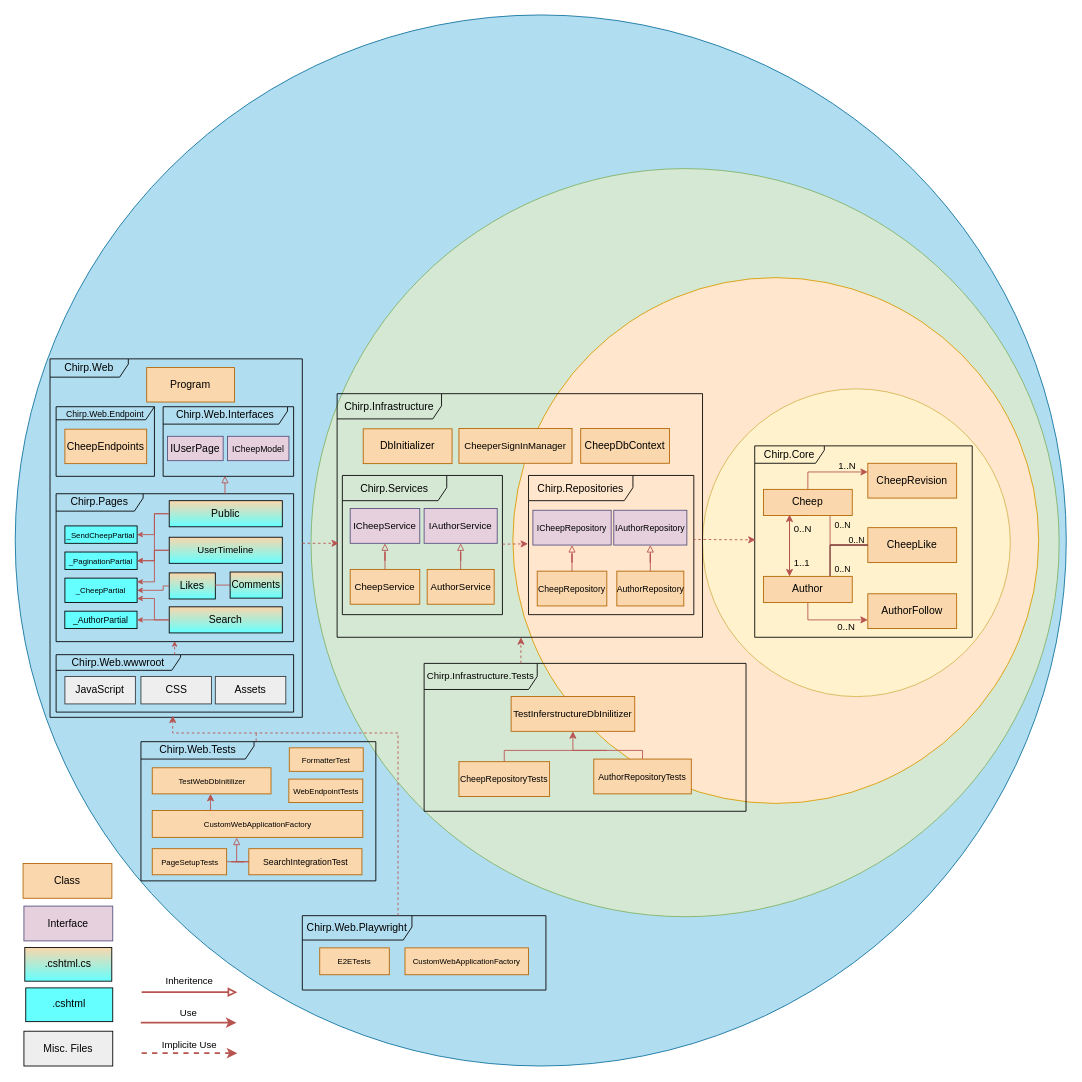
The draw.io diagram docs/diagrams/drawio/ChirpOnionDiagram.drawio in ITU-BDSA2024-GROUP17/Chirp, before the edit. Source tidied: cells renumbered, new cells numbered last; positions are measured from the earlier drawing's top-left corner, leaving out a move shared by most shapes. Both pictures are drawn from the tidied source at 87%, with x=0, y=0 at pixel (15, 15).
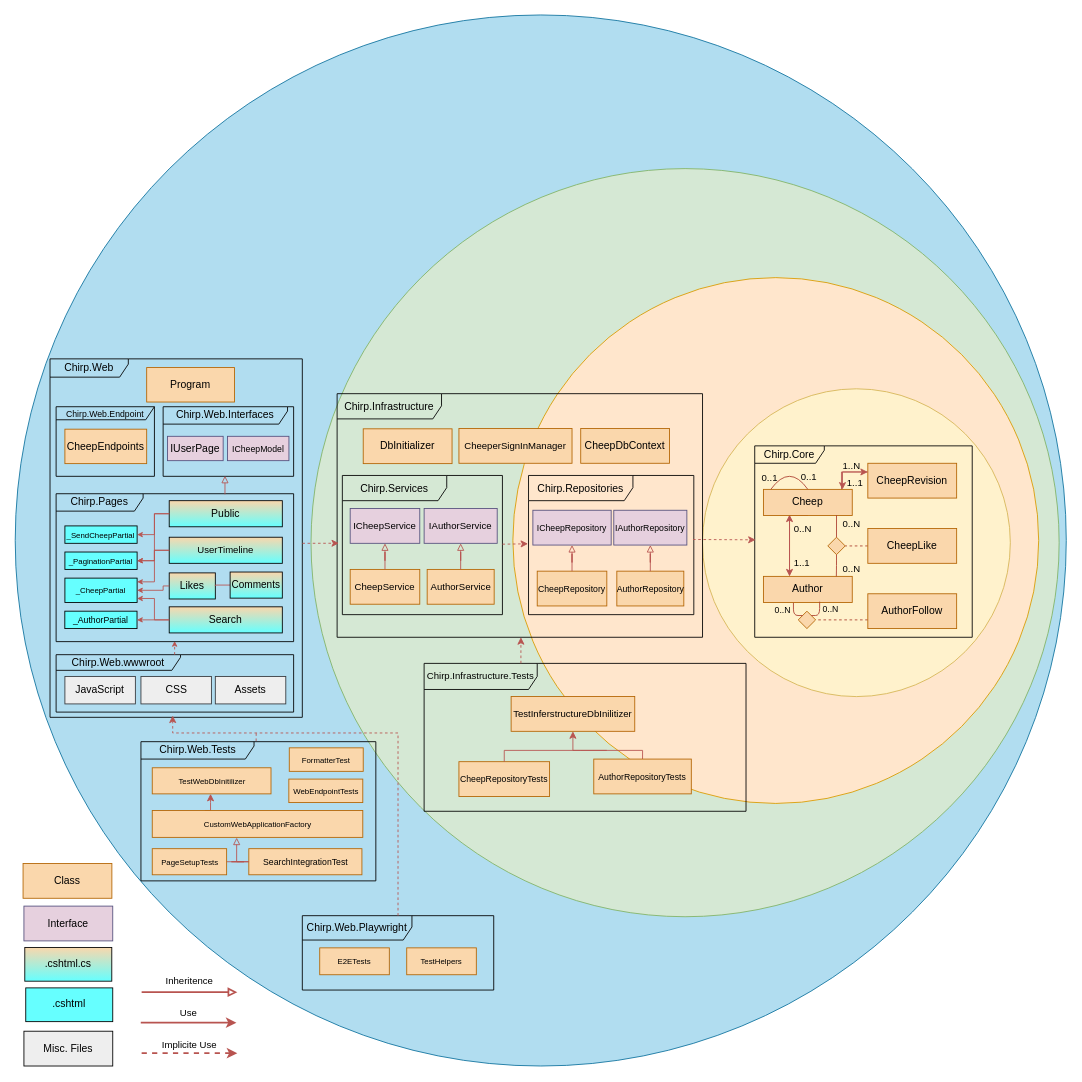
After the change.

Commit message (it also covers changes not shown here):
Update onion diagram to new cardinalities

Unchanged cells that the change refers to:
```xml
<mxCell id="6" value="Chirp.Core" style="shape=umlFrame;whiteSpace=wrap;html=1;width=80;fillColor=none;height=20;" parent="1" vertex="1">
  <mxGeometry x="850" y="495" width="250" height="220" as="geometry" />
</mxCell>
<mxCell id="7" value="AuthorFollow" style="rounded=0;whiteSpace=wrap;html=1;fillColor=#fad7ac;strokeColor=#b46504;" parent="6" vertex="1">
  <mxGeometry x="130" y="170" width="102.1" height="40" as="geometry" />
</mxCell>
<mxCell id="8" value="CheepRevision" style="rounded=0;whiteSpace=wrap;html=1;fillColor=#fad7ac;strokeColor=#b46504;" parent="6" vertex="1">
  <mxGeometry x="130" y="20" width="102.1" height="40" as="geometry" />
</mxCell>
<mxCell id="60" value="Cheep" style="rounded=0;whiteSpace=wrap;html=1;fillColor=#fad7ac;strokeColor=#b46504;" parent="1" vertex="1">
  <mxGeometry x="860" y="545" width="102.1" height="30" as="geometry" />
</mxCell>
<mxCell id="64" value="Author" style="rounded=0;whiteSpace=wrap;html=1;fillColor=#fad7ac;strokeColor=#b46504;" parent="1" vertex="1">
  <mxGeometry x="860" y="645" width="102.1" height="30" as="geometry" />
</mxCell>
```

The edit, as a diff of the source:
```diff
@@
+    <mxCell id="111" style="edgeStyle=orthogonalEdgeStyle;html=1;exitX=0;exitY=0.75;exitDx=0;exitDy=0;entryX=1;entryY=0.5;entryDx=0;entryDy=0;fontColor=default;fillColor=#fad9d5;strokeColor=#ae4132;endArrow=none;endFill=0;dashed=1;" parent="6" edge="1" source="7" target="113">
+      <mxGeometry relative="1" as="geometry" />
+    </mxCell>
@@
+    <mxCell id="112" style="edgeStyle=orthogonalEdgeStyle;html=1;exitX=0;exitY=0.5;exitDx=0;exitDy=0;fontColor=default;endArrow=none;endFill=0;dashed=1;fillColor=#fad9d5;strokeColor=#ae4132;" parent="6" edge="1" source="9" target="114">
+      <mxGeometry relative="1" as="geometry" />
+    </mxCell>
     <mxCell id="9" value="CheepLike" style="rounded=0;whiteSpace=wrap;html=1;fillColor=#fad7ac;strokeColor=#b46504;" parent="6" vertex="1">
-      <mxGeometry x="130" y="94" width="102.1" height="40" as="geometry" />
+      <mxGeometry x="130" y="95" width="102.1" height="40" as="geometry" />
     </mxCell>
@@
+    <mxCell id="113" style="rhombus;whiteSpace=wrap;html=1;labelBackgroundColor=none;fillColor=#fad7ac;strokeColor=#b46504;" parent="6" vertex="1">
+      <mxGeometry x="50" y="190" width="20" height="20" as="geometry" />
+    </mxCell>
+    <mxCell id="114" style="rhombus;whiteSpace=wrap;html=1;labelBackgroundColor=none;fillColor=#fad7ac;strokeColor=#b46504;" parent="6" vertex="1">
+      <mxGeometry x="84" y="105" width="20" height="20" as="geometry" />
+    </mxCell>
@@
     <mxCell id="51" value="Chirp.Web.Playwright" style="shape=umlFrame;whiteSpace=wrap;html=1;width=126;fillColor=none;height=28;strokeColor=default;" parent="1" vertex="1">
-      <mxGeometry x="330" y="1035" width="280" height="85.5" as="geometry" />
+      <mxGeometry x="330" y="1035" width="220" height="85.5" as="geometry" />
     </mxCell>
-    <mxCell id="52" value="&lt;font style=&quot;font-size: 9px;&quot;&gt;CustomWebApplicationFactory&lt;/font&gt;" style="rounded=0;whiteSpace=wrap;html=1;fillColor=#fad7ac;strokeColor=#b46504;" parent="51" vertex="1">
-      <mxGeometry x="118" y="37" width="142" height="30.9" as="geometry" />
+    <mxCell id="52" value="&lt;font style=&quot;font-size: 9px;&quot;&gt;TestHelpers&lt;/font&gt;" style="rounded=0;whiteSpace=wrap;html=1;fillColor=#fad7ac;strokeColor=#b46504;" parent="51" vertex="1">
+      <mxGeometry x="120" y="37" width="80" height="30.9" as="geometry" />
     </mxCell>
@@
-    <mxCell id="57" style="edgeStyle=orthogonalEdgeStyle;rounded=0;jettySize=auto;html=1;exitX=0.75;exitY=1;exitDx=0;exitDy=0;entryX=0;entryY=0.5;entryDx=0;entryDy=0;endArrow=none;endFill=0;fillColor=#f8cecc;strokeColor=#b85450;" parent="1" edge="1" source="60" target="9">
-      <mxGeometry relative="1" as="geometry" />
-    </mxCell>
-    <mxCell id="58" style="edgeStyle=orthogonalEdgeStyle;rounded=0;jettySize=auto;html=1;exitX=0.5;exitY=0;exitDx=0;exitDy=0;entryX=0;entryY=0.25;entryDx=0;entryDy=0;fillColor=#f8cecc;strokeColor=#b85450;" parent="1" edge="1" source="60" target="8">
+    <mxCell id="58" style="edgeStyle=orthogonalEdgeStyle;rounded=0;jettySize=auto;html=1;exitX=0.879;exitY=0.015;exitDx=0;exitDy=0;entryX=0;entryY=0.25;entryDx=0;entryDy=0;fillColor=#f8cecc;strokeColor=#b85450;exitPerimeter=0;" parent="1" edge="1" source="60" target="8">
       <mxGeometry relative="1" as="geometry">
         <Array as="points">
-          <mxPoint x="911" y="525" />
+          <mxPoint x="950" y="525" />
         </Array>
       </mxGeometry>
     </mxCell>
     <mxCell id="59" value="1..N" style="edgeLabel;html=1;align=center;verticalAlign=middle;labelBackgroundColor=none;" parent="58" vertex="1">
       <mxGeometry x="0.36" y="-1" relative="1" as="geometry">
-        <mxPoint x="4" y="-9" as="offset" />
+        <mxPoint x="-4" y="-9" as="offset" />
       </mxGeometry>
     </mxCell>
+    <mxCell id="115" value="1..1" style="edgeLabel;html=1;align=center;verticalAlign=middle;fontColor=default;labelBackgroundColor=none;" parent="58" vertex="1">
+      <mxGeometry x="-0.84" relative="1" as="geometry">
+        <mxPoint x="15" y="-4" as="offset" />
+      </mxGeometry>
+    </mxCell>
@@
-    <mxCell id="61" style="edgeStyle=orthogonalEdgeStyle;rounded=0;jettySize=auto;html=1;exitX=0.75;exitY=0;exitDx=0;exitDy=0;entryX=0;entryY=0.5;entryDx=0;entryDy=0;endArrow=none;endFill=0;" parent="1" edge="1" source="64" target="9">
-      <mxGeometry relative="1" as="geometry" />
-    </mxCell>
-    <mxCell id="62" style="edgeStyle=orthogonalEdgeStyle;rounded=0;jettySize=auto;html=1;exitX=0.5;exitY=1;exitDx=0;exitDy=0;entryX=0;entryY=0.75;entryDx=0;entryDy=0;fillColor=#f8cecc;strokeColor=#b85450;" parent="1" edge="1" source="64" target="7">
-      <mxGeometry relative="1" as="geometry">
-        <Array as="points">
-          <mxPoint x="911" y="695" />
-        </Array>
-      </mxGeometry>
-    </mxCell>
-    <mxCell id="63" value="0..N" style="edgeLabel;html=1;align=center;verticalAlign=middle;labelBackgroundColor=none;" parent="62" vertex="1">
-      <mxGeometry x="0.3" relative="1" as="geometry">
-        <mxPoint x="5" y="7" as="offset" />
-      </mxGeometry>
-    </mxCell>
@@
-    <mxCell id="65" style="edgeStyle=orthogonalEdgeStyle;rounded=0;jettySize=auto;html=1;exitX=0;exitY=0.5;exitDx=0;exitDy=0;entryX=0.75;entryY=0;entryDx=0;entryDy=0;endArrow=none;endFill=0;fillColor=#f8cecc;strokeColor=#b85450;" parent="1" edge="1" source="9" target="64">
-      <mxGeometry relative="1" as="geometry" />
-    </mxCell>
-    <mxCell id="66" value="0..N" style="edgeLabel;html=1;align=center;verticalAlign=middle;labelBackgroundColor=none;fontSize=10;" parent="65" vertex="1">
-      <mxGeometry x="0.62" y="1" relative="1" as="geometry">
-        <mxPoint x="13" y="7" as="offset" />
-      </mxGeometry>
-    </mxCell>
-    <mxCell id="67" value="0..N" style="edgeLabel;html=1;align=center;verticalAlign=middle;labelBackgroundColor=none;fontSize=10;" parent="65" vertex="1">
-      <mxGeometry x="-0.55" relative="1" as="geometry">
-        <mxPoint x="-12" y="-24" as="offset" />
-      </mxGeometry>
-    </mxCell>
-    <mxCell id="68" value="0..N" style="edgeLabel;html=1;align=center;verticalAlign=middle;fontColor=default;labelBackgroundColor=none;fontSize=10;" parent="65" vertex="1">
-      <mxGeometry x="-0.68" y="-1" relative="1" as="geometry">
-        <mxPoint x="-1" y="-6" as="offset" />
-      </mxGeometry>
-    </mxCell>
@@
+    <mxCell id="116" style="edgeStyle=orthogonalEdgeStyle;rounded=0;jettySize=auto;html=1;exitX=0;exitY=0.25;exitDx=0;exitDy=0;entryX=0.89;entryY=0.008;entryDx=0;entryDy=0;fillColor=#f8cecc;strokeColor=#b85450;entryPerimeter=0;" parent="1" edge="1" source="8" target="60">
+      <mxGeometry relative="1" as="geometry">
+        <Array as="points">
+          <mxPoint x="950" y="525" />
+          <mxPoint x="950" y="545" />
+        </Array>
+      </mxGeometry>
+    </mxCell>
+    <mxCell id="117" style="edgeStyle=orthogonalEdgeStyle;html=1;exitX=1;exitY=0;exitDx=0;exitDy=0;entryX=0.633;entryY=0.969;entryDx=0;entryDy=0;entryPerimeter=0;fontColor=default;endArrow=none;endFill=0;fillColor=#fad9d5;strokeColor=#ae4132;" parent="1" edge="1" source="113" target="64">
+      <mxGeometry relative="1" as="geometry" />
+    </mxCell>
+    <mxCell id="118" style="edgeStyle=orthogonalEdgeStyle;html=1;exitX=0;exitY=0;exitDx=0;exitDy=0;entryX=0.338;entryY=1.012;entryDx=0;entryDy=0;entryPerimeter=0;fontColor=default;endArrow=none;endFill=0;fillColor=#fad9d5;strokeColor=#ae4132;" parent="1" edge="1" source="113" target="64">
+      <mxGeometry relative="1" as="geometry" />
+    </mxCell>
+    <mxCell id="119" value="0..N" style="edgeLabel;html=1;align=center;verticalAlign=middle;labelBackgroundColor=none;fontSize=10;" parent="1" vertex="1">
+      <mxGeometry x="968.6" y="643.8" as="geometry">
+        <mxPoint x="-32" y="39" as="offset" />
+      </mxGeometry>
+    </mxCell>
+    <mxCell id="120" value="0..N" style="edgeLabel;html=1;align=center;verticalAlign=middle;labelBackgroundColor=none;fontSize=10;" parent="1" vertex="1">
+      <mxGeometry x="913" y="644" as="geometry">
+        <mxPoint x="-32" y="39" as="offset" />
+      </mxGeometry>
+    </mxCell>
+    <mxCell id="121" style="edgeStyle=orthogonalEdgeStyle;html=1;exitX=0.5;exitY=0;exitDx=0;exitDy=0;entryX=0.823;entryY=0.985;entryDx=0;entryDy=0;entryPerimeter=0;fontColor=default;endArrow=none;endFill=0;fillColor=#fad9d5;strokeColor=#ae4132;" parent="1" edge="1" source="114" target="60">
+      <mxGeometry relative="1" as="geometry" />
+    </mxCell>
+    <mxCell id="122" style="edgeStyle=orthogonalEdgeStyle;html=1;exitX=0.5;exitY=1;exitDx=0;exitDy=0;entryX=0.821;entryY=0;entryDx=0;entryDy=0;entryPerimeter=0;fontColor=default;endArrow=none;endFill=0;fillColor=#fad9d5;strokeColor=#ae4132;" parent="1" edge="1" source="114" target="64">
+      <mxGeometry relative="1" as="geometry" />
+    </mxCell>
+    <mxCell id="123" value="0..N" style="edgeLabel;html=1;align=center;verticalAlign=middle;labelBackgroundColor=none;" parent="1" vertex="1">
+      <mxGeometry x="914" y="599.5" as="geometry">
+        <mxPoint x="46" y="-15" as="offset" />
+      </mxGeometry>
+    </mxCell>
+    <mxCell id="124" value="0..N" style="edgeLabel;html=1;align=center;verticalAlign=middle;labelBackgroundColor=none;" parent="1" vertex="1">
+      <mxGeometry x="914" y="599.5" as="geometry">
+        <mxPoint x="46" y="36" as="offset" />
+      </mxGeometry>
+    </mxCell>
+    <mxCell id="125" style="edgeStyle=orthogonalEdgeStyle;html=1;exitX=0.5;exitY=0;exitDx=0;exitDy=0;entryX=0.083;entryY=0.001;entryDx=0;entryDy=0;entryPerimeter=0;fontColor=default;endArrow=none;endFill=0;curved=1;fillColor=#fad9d5;strokeColor=#ae4132;" parent="1" edge="1" source="60" target="60">
+      <mxGeometry relative="1" as="geometry">
+        <Array as="points">
+          <mxPoint x="890" y="515" />
+        </Array>
+      </mxGeometry>
+    </mxCell>
+    <mxCell id="126" value="0..1" style="edgeLabel;html=1;align=center;verticalAlign=middle;fontColor=default;labelBackgroundColor=none;" parent="1" vertex="1">
+      <mxGeometry x="911" y="530" as="geometry" />
+    </mxCell>
+    <mxCell id="127" value="0..1" style="edgeLabel;html=1;align=center;verticalAlign=middle;fontColor=default;labelBackgroundColor=none;" parent="1" vertex="1">
+      <mxGeometry x="916" y="537" as="geometry">
+        <mxPoint x="-50" y="-6" as="offset" />
+      </mxGeometry>
+    </mxCell>
```
